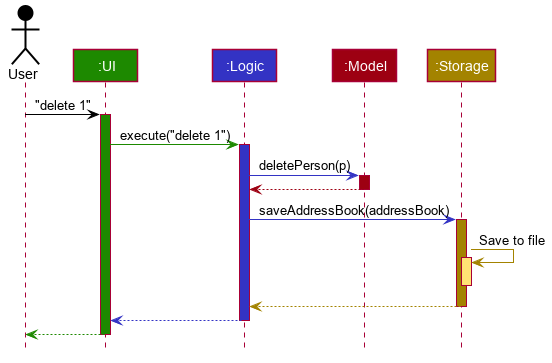
Before: images/ArchitectureSequenceDiagram.png, a diagram exported from PlantUML (AY1920S1-CS2103T-T13-2/main).
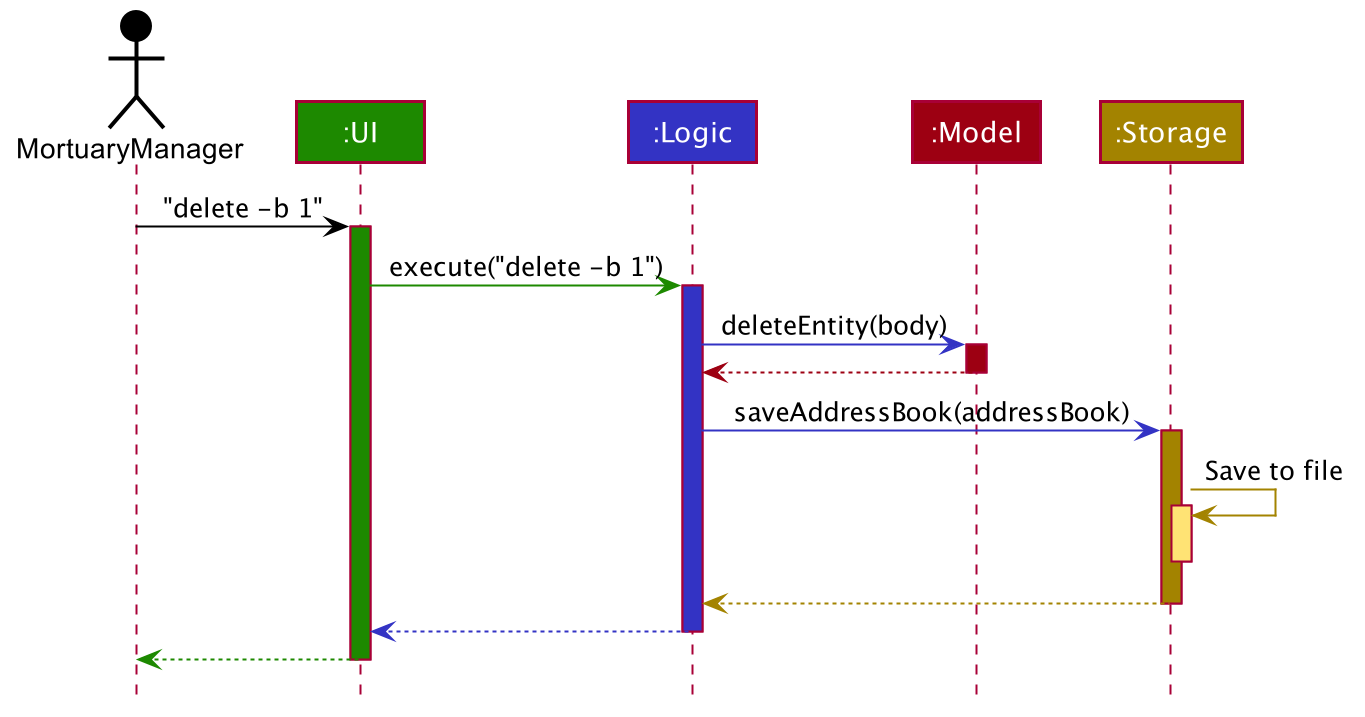
After the commit.

Diff of the diagram source:
```diff
@@ -48,19 +48,19 @@
 hide members
 hide circle
 
-Actor User as user #000000
+Actor MortuaryManager as user #000000
 Participant ":UI" as ui #1D8900
 Participant ":Logic" as logic #3333C4
 Participant ":Model" as model #9D0012
 Participant ":Storage" as storage #A38300
 
-user -[#000000]> ui : "delete 1"
+user -[#000000]> ui : "delete -b 1"
 activate ui #1D8900
 
-ui -[#1D8900]> logic : execute("delete 1")
+ui -[#1D8900]> logic : execute("delete -b 1")
 activate logic #3333C4
 
-logic -[#3333C4]> model : deletePerson(p)
+logic -[#3333C4]> model : deleteEntity(body)
 activate model #9D0012
 
 model -[#9D0012]-> logic
```
